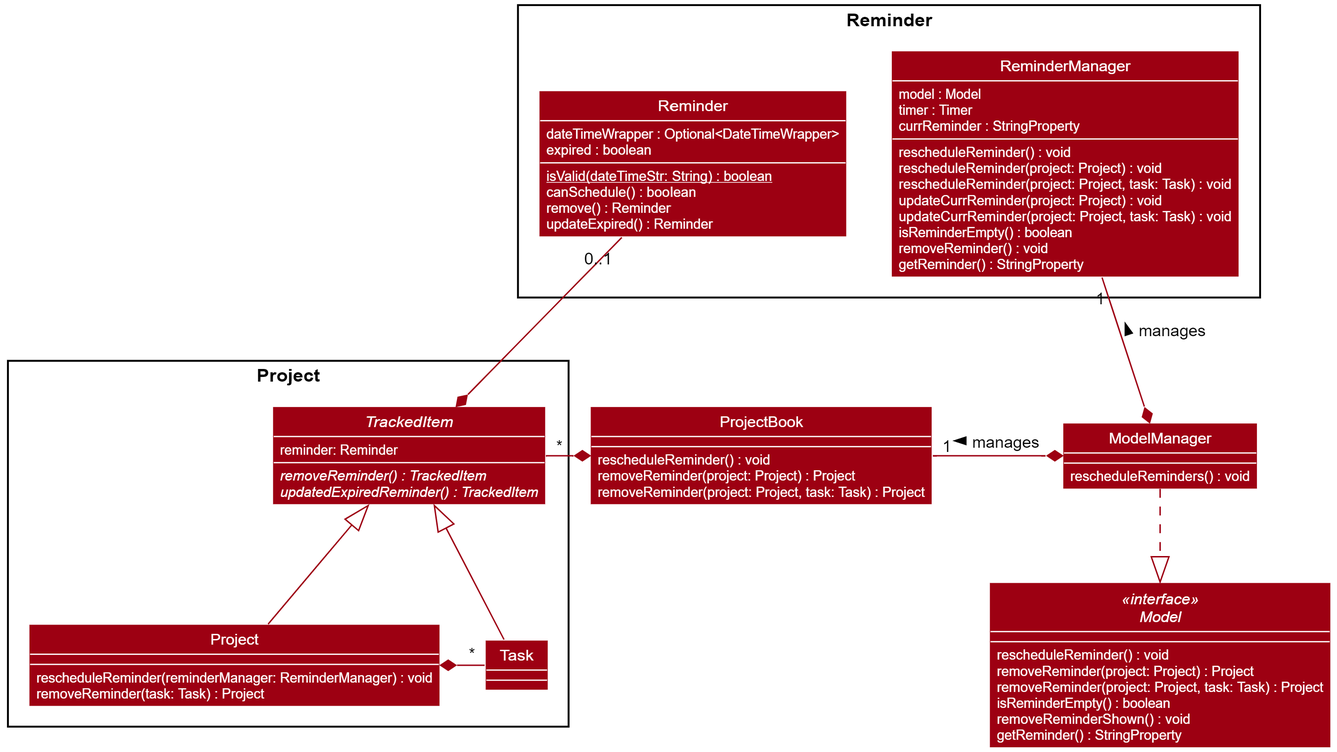
This is docs/images/ReminderClassDiagram.png from pr4aveen/tp, a PlantUML export, as it was before one commit. Its source is kept beside it as docs/diagrams/ReminderClassDiagram.puml.
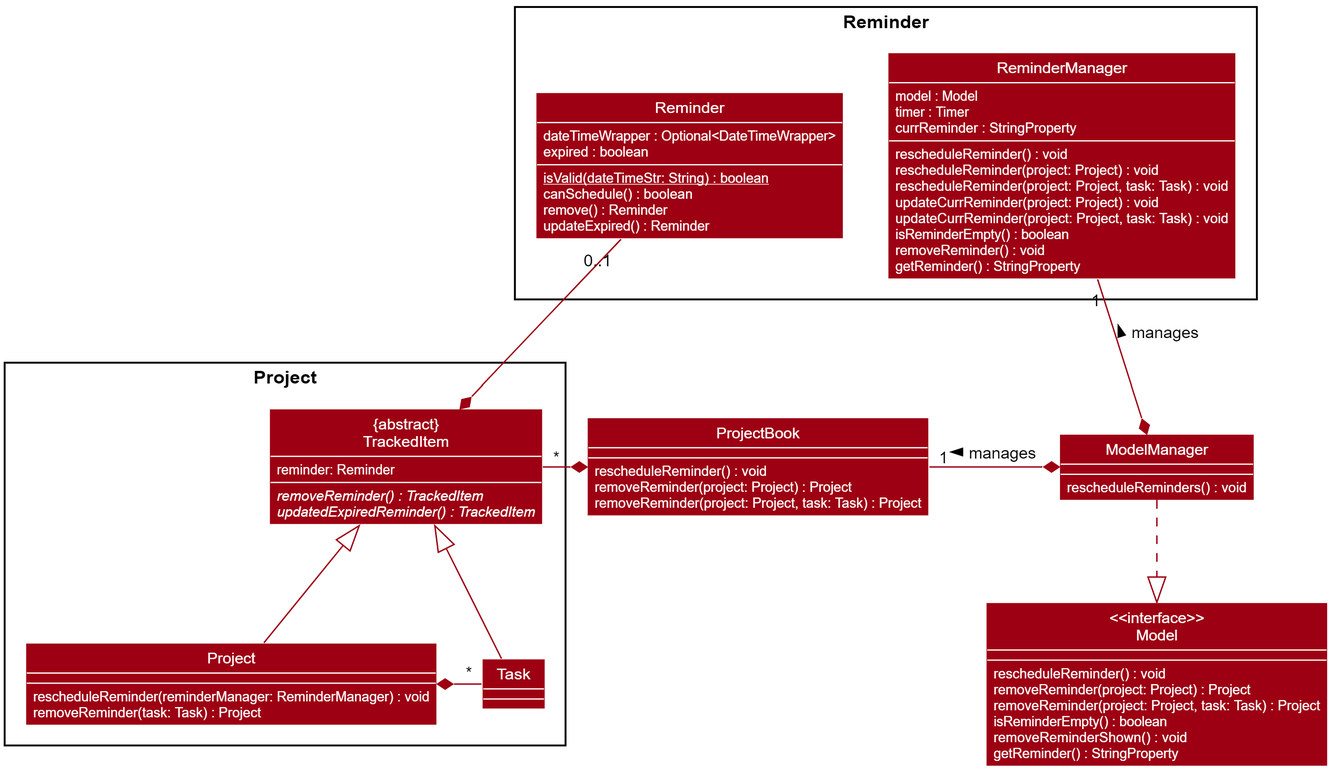
The same diagram one commit later.

What changed in the source:
```diff
@@ -5,7 +5,7 @@
 skinparam classBackgroundColor MODEL_COLOR
 
 package Project {
-    abstract class TrackedItem {
+    class "{abstract}\nTrackedItem" as TrackedItem {
         {field} reminder: Reminder
         {abstract} {method} removeReminder() : TrackedItem
         {abstract} {method} updatedExpiredReminder() : TrackedItem
@@ -47,7 +47,7 @@
     {method} removeReminder(project: Project, task: Task) : Project
 }
 
-interface Model <<interface>> {
+class "<<interface>>\nModel" as Model {
     {method} rescheduleReminder() : void
     {method} removeReminder(project: Project) : Project
     {method} removeReminder(project: Project, task: Task) : Project
```
